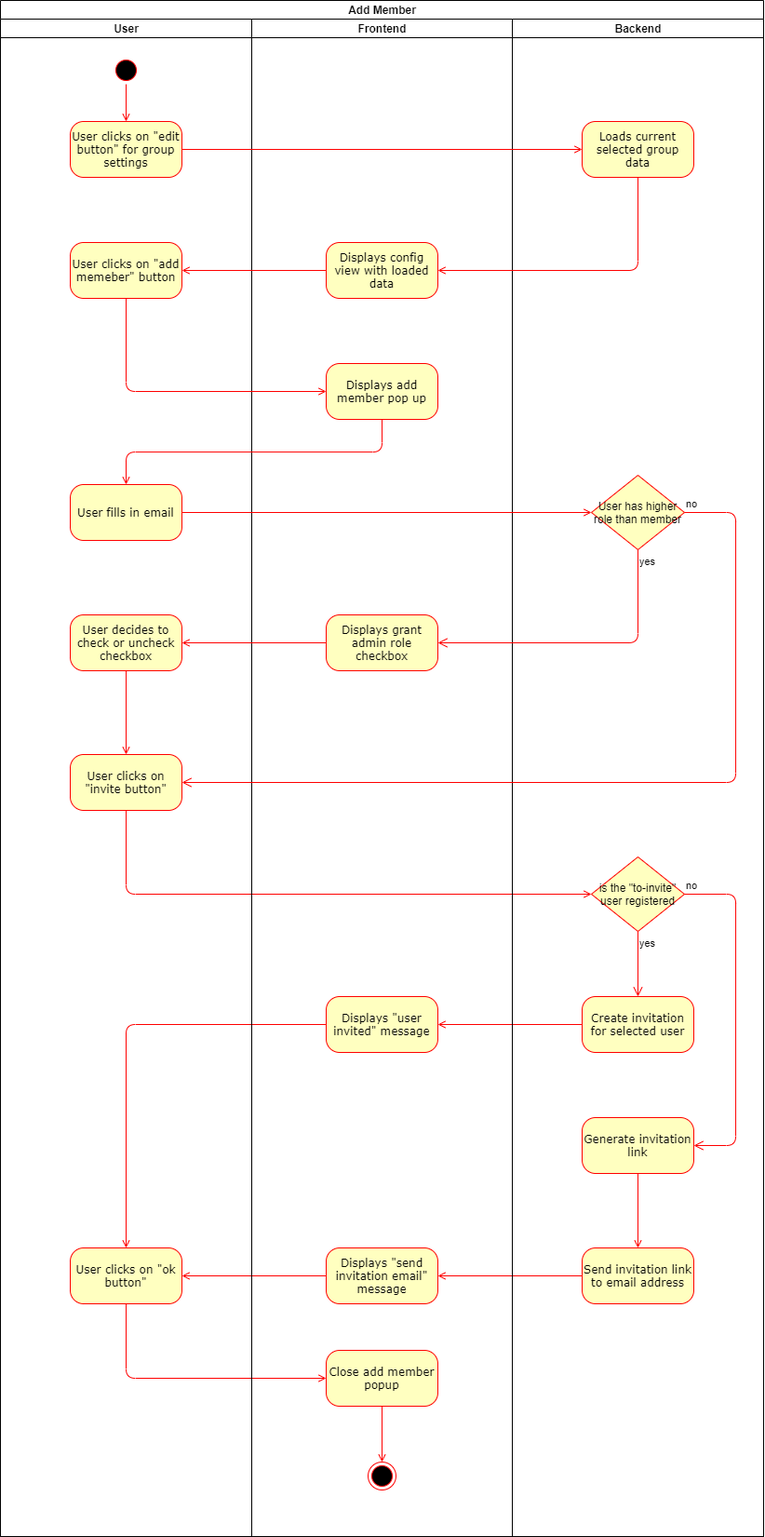
Before: use_cases/manage_group/add_member.png, a diagram exported from draw.io (placetobeer/documentation). Source tidied: cells renumbered, new cells last; positions are measured from the earlier drawing's top-left corner, leaving out a move shared by most shapes.
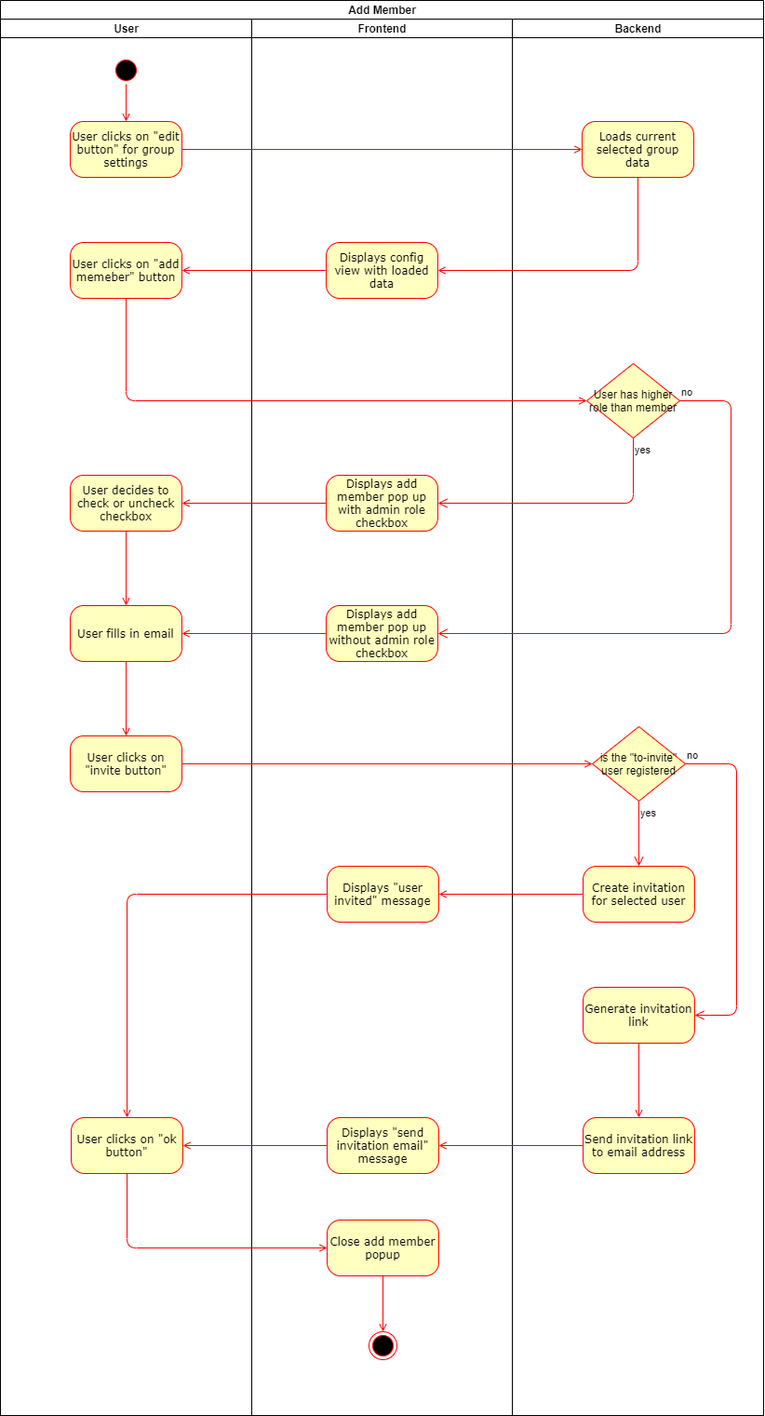
The same file after the commit.

The edit, as a diff of the source:
```diff
@@ -3,10 +3,10 @@
     <mxCell id="0" />
     <mxCell id="1" parent="0" />
     <mxCell id="2" value="Add Member" style="swimlane;html=1;startSize=20;" parent="1" vertex="1">
-      <mxGeometry width="820" height="1650" as="geometry" />
+      <mxGeometry width="820" height="1520" as="geometry" />
     </mxCell>
     <mxCell id="3" value="User" style="swimlane;html=1;startSize=20;" parent="2" vertex="1">
-      <mxGeometry y="20" width="270" height="1630" as="geometry" />
+      <mxGeometry y="20" width="270" height="1500" as="geometry" />
     </mxCell>
     <mxCell id="4" style="edgeStyle=orthogonalEdgeStyle;rounded=1;jettySize=auto;html=1;exitX=1;exitY=0.5;exitDx=0;exitDy=0;entryX=0.5;entryY=0;entryDx=0;entryDy=0;strokeColor=#FF0000;endArrow=open;endFill=0;strokeWidth=1;" parent="3" edge="1" source="5" target="6">
       <mxGeometry relative="1" as="geometry" />
@@ -20,80 +20,65 @@
     <mxCell id="7" value="User clicks on &quot;add memeber&quot; button" style="rounded=1;whiteSpace=wrap;html=1;arcSize=24;fillColor=#ffffc0;strokeColor=#ff0000;shadow=0;comic=0;labelBackgroundColor=none;fontFamily=Verdana;fontSize=12;fontColor=#000000;align=center;" parent="3" vertex="1">
       <mxGeometry x="75" y="240" width="120" height="60" as="geometry" />
     </mxCell>
+    <mxCell id="10" value="User clicks on &quot;ok button&quot;" style="rounded=1;whiteSpace=wrap;html=1;arcSize=24;fillColor=#ffffc0;strokeColor=#ff0000;shadow=0;comic=0;labelBackgroundColor=none;fontFamily=Verdana;fontSize=12;fontColor=#000000;align=center;" parent="3" vertex="1">
+      <mxGeometry x="76" y="1180" width="120" height="60" as="geometry" />
+    </mxCell>
+    <mxCell id="47" style="edgeStyle=orthogonalEdgeStyle;rounded=1;jettySize=auto;html=1;exitX=0.5;exitY=1;exitDx=0;exitDy=0;entryX=0.5;entryY=0;entryDx=0;entryDy=0;endArrow=open;endFill=0;strokeColor=#FF0000;" parent="3" edge="1" source="12" target="8">
+      <mxGeometry relative="1" as="geometry" />
+    </mxCell>
+    <mxCell id="12" value="User decides to check or uncheck checkbox" style="rounded=1;whiteSpace=wrap;html=1;arcSize=24;fillColor=#ffffc0;strokeColor=#ff0000;shadow=0;comic=0;labelBackgroundColor=none;fontFamily=Verdana;fontSize=12;fontColor=#000000;align=center;" parent="3" vertex="1">
+      <mxGeometry x="75" y="490" width="120" height="60" as="geometry" />
+    </mxCell>
+    <mxCell id="48" style="edgeStyle=orthogonalEdgeStyle;rounded=1;jettySize=auto;html=1;exitX=0.5;exitY=1;exitDx=0;exitDy=0;entryX=0.5;entryY=0;entryDx=0;entryDy=0;endArrow=open;endFill=0;strokeColor=#FF0000;" parent="3" edge="1" source="8" target="9">
+      <mxGeometry relative="1" as="geometry" />
+    </mxCell>
     <mxCell id="8" value="User fills in email" style="rounded=1;whiteSpace=wrap;html=1;arcSize=24;fillColor=#ffffc0;strokeColor=#ff0000;shadow=0;comic=0;labelBackgroundColor=none;fontFamily=Verdana;fontSize=12;fontColor=#000000;align=center;" parent="3" vertex="1">
-      <mxGeometry x="75" y="500" width="120" height="60" as="geometry" />
+      <mxGeometry x="75" y="630" width="120" height="60" as="geometry" />
     </mxCell>
     <mxCell id="9" value="User clicks on &quot;invite button&quot;" style="rounded=1;whiteSpace=wrap;html=1;arcSize=24;fillColor=#ffffc0;strokeColor=#ff0000;shadow=0;comic=0;labelBackgroundColor=none;fontFamily=Verdana;fontSize=12;fontColor=#000000;align=center;" parent="3" vertex="1">
-      <mxGeometry x="75" y="790" width="120" height="60" as="geometry" />
+      <mxGeometry x="75" y="770" width="120" height="60" as="geometry" />
     </mxCell>
-    <mxCell id="10" value="User clicks on &quot;ok button&quot;" style="rounded=1;whiteSpace=wrap;html=1;arcSize=24;fillColor=#ffffc0;strokeColor=#ff0000;shadow=0;comic=0;labelBackgroundColor=none;fontFamily=Verdana;fontSize=12;fontColor=#000000;align=center;" parent="3" vertex="1">
-      <mxGeometry x="75" y="1320" width="120" height="60" as="geometry" />
-    </mxCell>
-    <mxCell id="11" style="edgeStyle=orthogonalEdgeStyle;rounded=1;jettySize=auto;html=1;exitX=0.5;exitY=1;exitDx=0;exitDy=0;entryX=0.5;entryY=0;entryDx=0;entryDy=0;endArrow=open;endFill=0;strokeColor=#FF0000;strokeWidth=1;" parent="3" edge="1" source="12" target="9">
-      <mxGeometry relative="1" as="geometry" />
-    </mxCell>
-    <mxCell id="12" value="User decides to check or uncheck checkbox" style="rounded=1;whiteSpace=wrap;html=1;arcSize=24;fillColor=#ffffc0;strokeColor=#ff0000;shadow=0;comic=0;labelBackgroundColor=none;fontFamily=Verdana;fontSize=12;fontColor=#000000;align=center;" parent="3" vertex="1">
-      <mxGeometry x="75" y="640" width="120" height="60" as="geometry" />
-    </mxCell>
-    <mxCell id="13" style="edgeStyle=orthogonalEdgeStyle;rounded=1;jettySize=auto;html=1;exitX=0.5;exitY=1;exitDx=0;exitDy=0;entryX=0;entryY=0.5;entryDx=0;entryDy=0;endArrow=open;endFill=0;strokeColor=#FF0000;strokeWidth=1;" parent="2" edge="1" source="9" target="30">
-      <mxGeometry relative="1" as="geometry" />
-    </mxCell>
-    <mxCell id="14" style="edgeStyle=orthogonalEdgeStyle;rounded=1;jettySize=auto;html=1;exitX=0;exitY=0.5;exitDx=0;exitDy=0;entryX=1;entryY=0.5;entryDx=0;entryDy=0;endArrow=open;endFill=0;strokeColor=#FF0000;strokeWidth=1;" parent="2" edge="1" source="33" target="22">
-      <mxGeometry relative="1" as="geometry" />
-    </mxCell>
-    <mxCell id="15" style="edgeStyle=orthogonalEdgeStyle;rounded=1;jettySize=auto;html=1;exitX=0;exitY=0.5;exitDx=0;exitDy=0;entryX=1;entryY=0.5;entryDx=0;entryDy=0;endArrow=open;endFill=0;strokeColor=#FF0000;strokeWidth=1;" parent="2" edge="1" source="36" target="23">
-      <mxGeometry relative="1" as="geometry" />
-    </mxCell>
-    <mxCell id="16" style="edgeStyle=orthogonalEdgeStyle;rounded=1;jettySize=auto;html=1;exitX=0;exitY=0.5;exitDx=0;exitDy=0;entryX=0.5;entryY=0;entryDx=0;entryDy=0;endArrow=open;endFill=0;strokeColor=#FF0000;strokeWidth=1;" parent="2" edge="1" source="22" target="10">
-      <mxGeometry relative="1" as="geometry" />
-    </mxCell>
-    <mxCell id="17" style="edgeStyle=orthogonalEdgeStyle;rounded=1;jettySize=auto;html=1;exitX=0;exitY=0.5;exitDx=0;exitDy=0;entryX=1;entryY=0.5;entryDx=0;entryDy=0;endArrow=open;endFill=0;strokeColor=#FF0000;strokeWidth=1;" parent="2" edge="1" source="23" target="10">
-      <mxGeometry relative="1" as="geometry" />
-    </mxCell>
-    <mxCell id="18" style="edgeStyle=orthogonalEdgeStyle;rounded=1;jettySize=auto;html=1;exitX=0.5;exitY=1;exitDx=0;exitDy=0;entryX=0;entryY=0.5;entryDx=0;entryDy=0;endArrow=open;endFill=0;strokeColor=#FF0000;strokeWidth=1;" parent="2" edge="1" source="10" target="25">
-      <mxGeometry relative="1" as="geometry" />
-    </mxCell>
     <mxCell id="19" value="Frontend" style="swimlane;html=1;startSize=20;" parent="2" vertex="1">
-      <mxGeometry x="270" y="20" width="280" height="1630" as="geometry" />
+      <mxGeometry x="270" y="20" width="280" height="1500" as="geometry" />
     </mxCell>
     <mxCell id="20" value="Displays config view with loaded data" style="rounded=1;whiteSpace=wrap;html=1;arcSize=24;fillColor=#ffffc0;strokeColor=#ff0000;shadow=0;comic=0;labelBackgroundColor=none;fontFamily=Verdana;fontSize=12;fontColor=#000000;align=center;" parent="19" vertex="1">
       <mxGeometry x="80" y="240" width="120" height="60" as="geometry" />
     </mxCell>
-    <mxCell id="21" value="Displays add member pop up" style="rounded=1;whiteSpace=wrap;html=1;arcSize=24;fillColor=#ffffc0;strokeColor=#ff0000;shadow=0;comic=0;labelBackgroundColor=none;fontFamily=Verdana;fontSize=12;fontColor=#000000;align=center;" parent="19" vertex="1">
-      <mxGeometry x="80" y="370" width="120" height="60" as="geometry" />
-    </mxCell>
     <mxCell id="22" value="Displays &quot;user invited&quot; message" style="rounded=1;whiteSpace=wrap;html=1;arcSize=24;fillColor=#ffffc0;strokeColor=#ff0000;shadow=0;comic=0;labelBackgroundColor=none;fontFamily=Verdana;fontSize=12;fontColor=#000000;align=center;" parent="19" vertex="1">
-      <mxGeometry x="80" y="1050" width="120" height="60" as="geometry" />
+      <mxGeometry x="81" y="910" width="120" height="60" as="geometry" />
     </mxCell>
     <mxCell id="23" value="Displays &quot;send invitation email&quot; message" style="rounded=1;whiteSpace=wrap;html=1;arcSize=24;fillColor=#ffffc0;strokeColor=#ff0000;shadow=0;comic=0;labelBackgroundColor=none;fontFamily=Verdana;fontSize=12;fontColor=#000000;align=center;" parent="19" vertex="1">
-      <mxGeometry x="80" y="1320" width="120" height="60" as="geometry" />
+      <mxGeometry x="81" y="1180" width="120" height="60" as="geometry" />
     </mxCell>
     <mxCell id="24" style="edgeStyle=orthogonalEdgeStyle;rounded=1;jettySize=auto;html=1;exitX=0.5;exitY=1;exitDx=0;exitDy=0;entryX=0.5;entryY=0;entryDx=0;entryDy=0;endArrow=open;endFill=0;strokeColor=#FF0000;strokeWidth=1;" parent="19" edge="1" source="25" target="26">
       <mxGeometry relative="1" as="geometry" />
     </mxCell>
     <mxCell id="25" value="Close add member popup" style="rounded=1;whiteSpace=wrap;html=1;arcSize=24;fillColor=#ffffc0;strokeColor=#ff0000;shadow=0;comic=0;labelBackgroundColor=none;fontFamily=Verdana;fontSize=12;fontColor=#000000;align=center;" parent="19" vertex="1">
-      <mxGeometry x="80" y="1430" width="120" height="60" as="geometry" />
+      <mxGeometry x="81" y="1290" width="120" height="60" as="geometry" />
     </mxCell>
     <mxCell id="26" style="ellipse;html=1;shape=endState;fillColor=#000000;strokeColor=#ff0000;rounded=1;shadow=0;comic=0;labelBackgroundColor=none;fontFamily=Verdana;fontSize=12;fontColor=#000000;align=center;" parent="19" vertex="1">
-      <mxGeometry x="125" y="1550" width="30" height="30" as="geometry" />
+      <mxGeometry x="126" y="1410" width="30" height="30" as="geometry" />
     </mxCell>
-    <mxCell id="27" value="Displays grant admin role checkbox" style="rounded=1;whiteSpace=wrap;html=1;arcSize=24;fillColor=#ffffc0;strokeColor=#ff0000;shadow=0;comic=0;labelBackgroundColor=none;fontFamily=Verdana;fontSize=12;fontColor=#000000;align=center;" parent="19" vertex="1">
-      <mxGeometry x="80" y="640" width="120" height="60" as="geometry" />
-    </mxCell>
+    <mxCell id="49" value="Displays add member pop up with admin role checkbox" style="rounded=1;whiteSpace=wrap;html=1;arcSize=24;fillColor=#ffffc0;strokeColor=#ff0000;shadow=0;comic=0;labelBackgroundColor=none;fontFamily=Verdana;fontSize=12;fontColor=#000000;align=center;" parent="19" vertex="1">
+      <mxGeometry x="80" y="490" width="120" height="60" as="geometry" />
+    </mxCell>
+    <mxCell id="50" value="Displays add member pop up without admin role checkbox" style="rounded=1;whiteSpace=wrap;html=1;arcSize=24;fillColor=#ffffc0;strokeColor=#ff0000;shadow=0;comic=0;labelBackgroundColor=none;fontFamily=Verdana;fontSize=12;fontColor=#000000;align=center;" parent="19" vertex="1">
+      <mxGeometry x="80" y="630" width="120" height="60" as="geometry" />
+    </mxCell>
     <mxCell id="28" value="Backend" style="swimlane;html=1;startSize=20;" parent="2" vertex="1">
-      <mxGeometry x="550" y="20" width="270" height="1630" as="geometry" />
+      <mxGeometry x="550" y="20" width="270" height="1500" as="geometry" />
     </mxCell>
     <mxCell id="29" value="Loads current selected group data" style="rounded=1;whiteSpace=wrap;html=1;arcSize=24;fillColor=#ffffc0;strokeColor=#ff0000;shadow=0;comic=0;labelBackgroundColor=none;fontFamily=Verdana;fontSize=12;fontColor=#000000;align=center;" parent="28" vertex="1">
       <mxGeometry x="75" y="110" width="120" height="60" as="geometry" />
     </mxCell>
     <mxCell id="30" value="is the &quot;to-invite&quot; user registered" style="rhombus;whiteSpace=wrap;html=1;fillColor=#ffffc0;strokeColor=#ff0000;" parent="28" vertex="1">
-      <mxGeometry x="85" y="900" width="100" height="80" as="geometry" />
+      <mxGeometry x="86" y="760" width="100" height="80" as="geometry" />
     </mxCell>
     <mxCell id="31" value="no" style="edgeStyle=orthogonalEdgeStyle;html=1;align=left;verticalAlign=bottom;endArrow=open;endSize=8;strokeColor=#ff0000;entryX=1;entryY=0.5;entryDx=0;entryDy=0;exitX=1;exitY=0.5;exitDx=0;exitDy=0;" parent="28" edge="1" source="30" target="35">
       <mxGeometry x="-1" relative="1" as="geometry">
         <Array as="points">
-          <mxPoint x="240" y="940" />
-          <mxPoint x="240" y="1210" />
+          <mxPoint x="241" y="800" />
+          <mxPoint x="241" y="1070" />
         </Array>
       </mxGeometry>
     </mxCell>
@@ -101,19 +86,19 @@
       <mxGeometry x="-1" relative="1" as="geometry" />
     </mxCell>
     <mxCell id="33" value="Create invitation for selected user" style="rounded=1;whiteSpace=wrap;html=1;arcSize=24;fillColor=#ffffc0;strokeColor=#ff0000;shadow=0;comic=0;labelBackgroundColor=none;fontFamily=Verdana;fontSize=12;fontColor=#000000;align=center;" parent="28" vertex="1">
-      <mxGeometry x="75" y="1050" width="120" height="60" as="geometry" />
+      <mxGeometry x="76" y="910" width="120" height="60" as="geometry" />
     </mxCell>
     <mxCell id="34" style="edgeStyle=orthogonalEdgeStyle;rounded=1;jettySize=auto;html=1;exitX=0.5;exitY=1;exitDx=0;exitDy=0;entryX=0.5;entryY=0;entryDx=0;entryDy=0;endArrow=open;endFill=0;strokeColor=#FF0000;strokeWidth=1;" parent="28" edge="1" source="35" target="36">
       <mxGeometry relative="1" as="geometry" />
     </mxCell>
     <mxCell id="35" value="Generate invitation link" style="rounded=1;whiteSpace=wrap;html=1;arcSize=24;fillColor=#ffffc0;strokeColor=#ff0000;shadow=0;comic=0;labelBackgroundColor=none;fontFamily=Verdana;fontSize=12;fontColor=#000000;align=center;" parent="28" vertex="1">
-      <mxGeometry x="75" y="1180" width="120" height="60" as="geometry" />
+      <mxGeometry x="76" y="1040" width="120" height="60" as="geometry" />
     </mxCell>
     <mxCell id="36" value="Send invitation link to email address" style="rounded=1;whiteSpace=wrap;html=1;arcSize=24;fillColor=#ffffc0;strokeColor=#ff0000;shadow=0;comic=0;labelBackgroundColor=none;fontFamily=Verdana;fontSize=12;fontColor=#000000;align=center;" parent="28" vertex="1">
-      <mxGeometry x="75" y="1320" width="120" height="60" as="geometry" />
+      <mxGeometry x="76" y="1180" width="120" height="60" as="geometry" />
     </mxCell>
     <mxCell id="37" value="User has higher role than member" style="rhombus;whiteSpace=wrap;html=1;fillColor=#ffffc0;strokeColor=#ff0000;" parent="28" vertex="1">
-      <mxGeometry x="85" y="490" width="100" height="80" as="geometry" />
+      <mxGeometry x="80" y="370" width="100" height="80" as="geometry" />
     </mxCell>
     <mxCell id="38" style="edgeStyle=orthogonalEdgeStyle;rounded=1;jettySize=auto;html=1;exitX=1;exitY=0.5;exitDx=0;exitDy=0;entryX=0;entryY=0.5;entryDx=0;entryDy=0;endArrow=open;endFill=0;strokeColor=#FF0000;strokeWidth=1;" parent="2" edge="1" source="6" target="29">
       <mxGeometry relative="1" as="geometry" />
@@ -124,28 +109,43 @@
     <mxCell id="40" style="edgeStyle=orthogonalEdgeStyle;rounded=1;jettySize=auto;html=1;exitX=0;exitY=0.5;exitDx=0;exitDy=0;entryX=1;entryY=0.5;entryDx=0;entryDy=0;endArrow=open;endFill=0;strokeColor=#FF0000;strokeWidth=1;" parent="2" edge="1" source="20" target="7">
       <mxGeometry relative="1" as="geometry" />
     </mxCell>
-    <mxCell id="41" style="edgeStyle=orthogonalEdgeStyle;rounded=1;jettySize=auto;html=1;exitX=0.5;exitY=1;exitDx=0;exitDy=0;entryX=0;entryY=0.5;entryDx=0;entryDy=0;endArrow=open;endFill=0;strokeColor=#FF0000;strokeWidth=1;" parent="2" edge="1" source="7" target="21">
-      <mxGeometry relative="1" as="geometry" />
-    </mxCell>
-    <mxCell id="42" style="edgeStyle=orthogonalEdgeStyle;rounded=1;jettySize=auto;html=1;exitX=0.5;exitY=1;exitDx=0;exitDy=0;entryX=0.5;entryY=0;entryDx=0;entryDy=0;endArrow=open;endFill=0;strokeColor=#FF0000;strokeWidth=1;" parent="2" edge="1" source="21" target="8">
-      <mxGeometry relative="1" as="geometry" />
-    </mxCell>
-    <mxCell id="43" style="edgeStyle=orthogonalEdgeStyle;rounded=1;jettySize=auto;html=1;exitX=1;exitY=0.5;exitDx=0;exitDy=0;entryX=0;entryY=0.5;entryDx=0;entryDy=0;endArrow=open;endFill=0;strokeColor=#FF0000;strokeWidth=1;" parent="2" edge="1" source="8" target="37">
-      <mxGeometry relative="1" as="geometry" />
-    </mxCell>
+    <mxCell id="51" style="edgeStyle=orthogonalEdgeStyle;rounded=1;jettySize=auto;html=1;exitX=0.5;exitY=1;exitDx=0;exitDy=0;entryX=0;entryY=0.5;entryDx=0;entryDy=0;strokeColor=#FF0000;endArrow=open;endFill=0;" parent="2" edge="1" source="7" target="37">
+      <mxGeometry relative="1" as="geometry" />
+    </mxCell>
-    <mxCell id="44" value="yes" style="edgeStyle=orthogonalEdgeStyle;html=1;align=left;verticalAlign=top;endArrow=open;endSize=8;strokeColor=#ff0000;entryX=1;entryY=0.5;entryDx=0;entryDy=0;exitX=0.5;exitY=1;exitDx=0;exitDy=0;" parent="2" edge="1" source="37" target="27">
+    <mxCell id="44" value="yes" style="edgeStyle=orthogonalEdgeStyle;html=1;align=left;verticalAlign=top;endArrow=open;endSize=8;strokeColor=#ff0000;exitX=0.5;exitY=1;exitDx=0;exitDy=0;entryX=1;entryY=0.5;entryDx=0;entryDy=0;" parent="2" edge="1" source="37" target="49">
       <mxGeometry x="-1" relative="1" as="geometry" />
     </mxCell>
-    <mxCell id="45" style="edgeStyle=orthogonalEdgeStyle;rounded=1;jettySize=auto;html=1;exitX=0;exitY=0.5;exitDx=0;exitDy=0;entryX=1;entryY=0.5;entryDx=0;entryDy=0;endArrow=open;endFill=0;strokeColor=#FF0000;strokeWidth=1;" parent="2" edge="1" source="27" target="12">
-      <mxGeometry relative="1" as="geometry" />
-    </mxCell>
-    <mxCell id="46" value="no" style="edgeStyle=orthogonalEdgeStyle;html=1;align=left;verticalAlign=bottom;endArrow=open;endSize=8;strokeColor=#ff0000;entryX=1;entryY=0.5;entryDx=0;entryDy=0;exitX=1;exitY=0.5;exitDx=0;exitDy=0;" parent="2" edge="1" source="37" target="9">
+    <mxCell id="46" value="no" style="edgeStyle=orthogonalEdgeStyle;html=1;align=left;verticalAlign=bottom;endArrow=open;endSize=8;strokeColor=#ff0000;entryX=1;entryY=0.5;entryDx=0;entryDy=0;exitX=1;exitY=0.5;exitDx=0;exitDy=0;" parent="2" edge="1" source="37" target="50">
       <mxGeometry x="-1" relative="1" as="geometry">
         <Array as="points">
-          <mxPoint x="790" y="550" />
-          <mxPoint x="790" y="840" />
+          <mxPoint x="785" y="430" />
+          <mxPoint x="785" y="680" />
         </Array>
       </mxGeometry>
     </mxCell>
+    <mxCell id="52" style="edgeStyle=orthogonalEdgeStyle;rounded=1;jettySize=auto;html=1;exitX=0;exitY=0.5;exitDx=0;exitDy=0;entryX=1;entryY=0.5;entryDx=0;entryDy=0;endArrow=open;endFill=0;strokeColor=#FF0000;" parent="2" edge="1" source="49" target="12">
+      <mxGeometry relative="1" as="geometry" />
+    </mxCell>
+    <mxCell id="53" style="edgeStyle=orthogonalEdgeStyle;rounded=1;jettySize=auto;html=1;exitX=0;exitY=0.5;exitDx=0;exitDy=0;entryX=1;entryY=0.5;entryDx=0;entryDy=0;endArrow=open;endFill=0;strokeColor=#FF0000;" parent="2" edge="1" source="50" target="8">
+      <mxGeometry relative="1" as="geometry" />
+    </mxCell>
+    <mxCell id="14" style="edgeStyle=orthogonalEdgeStyle;rounded=1;jettySize=auto;html=1;exitX=0;exitY=0.5;exitDx=0;exitDy=0;entryX=1;entryY=0.5;entryDx=0;entryDy=0;endArrow=open;endFill=0;strokeColor=#FF0000;strokeWidth=1;" parent="2" edge="1" source="33" target="22">
+      <mxGeometry relative="1" as="geometry" />
+    </mxCell>
+    <mxCell id="15" style="edgeStyle=orthogonalEdgeStyle;rounded=1;jettySize=auto;html=1;exitX=0;exitY=0.5;exitDx=0;exitDy=0;entryX=1;entryY=0.5;entryDx=0;entryDy=0;endArrow=open;endFill=0;strokeColor=#FF0000;strokeWidth=1;" parent="2" edge="1" source="36" target="23">
+      <mxGeometry relative="1" as="geometry" />
+    </mxCell>
+    <mxCell id="16" style="edgeStyle=orthogonalEdgeStyle;rounded=1;jettySize=auto;html=1;exitX=0;exitY=0.5;exitDx=0;exitDy=0;entryX=0.5;entryY=0;entryDx=0;entryDy=0;endArrow=open;endFill=0;strokeColor=#FF0000;strokeWidth=1;" parent="2" edge="1" source="22" target="10">
+      <mxGeometry relative="1" as="geometry" />
+    </mxCell>
+    <mxCell id="17" style="edgeStyle=orthogonalEdgeStyle;rounded=1;jettySize=auto;html=1;exitX=0;exitY=0.5;exitDx=0;exitDy=0;entryX=1;entryY=0.5;entryDx=0;entryDy=0;endArrow=open;endFill=0;strokeColor=#FF0000;strokeWidth=1;" parent="2" edge="1" source="23" target="10">
+      <mxGeometry relative="1" as="geometry" />
+    </mxCell>
+    <mxCell id="18" style="edgeStyle=orthogonalEdgeStyle;rounded=1;jettySize=auto;html=1;exitX=0.5;exitY=1;exitDx=0;exitDy=0;entryX=0;entryY=0.5;entryDx=0;entryDy=0;endArrow=open;endFill=0;strokeColor=#FF0000;strokeWidth=1;" parent="2" edge="1" source="10" target="25">
+      <mxGeometry relative="1" as="geometry" />
+    </mxCell>
+    <mxCell id="13" style="edgeStyle=orthogonalEdgeStyle;rounded=1;jettySize=auto;html=1;exitX=1;exitY=0.5;exitDx=0;exitDy=0;entryX=0;entryY=0.5;entryDx=0;entryDy=0;endArrow=open;endFill=0;strokeColor=#FF0000;" parent="2" edge="1" source="9" target="30">
+      <mxGeometry relative="1" as="geometry" />
+    </mxCell>
   </root>
 </mxGraphModel>
```
